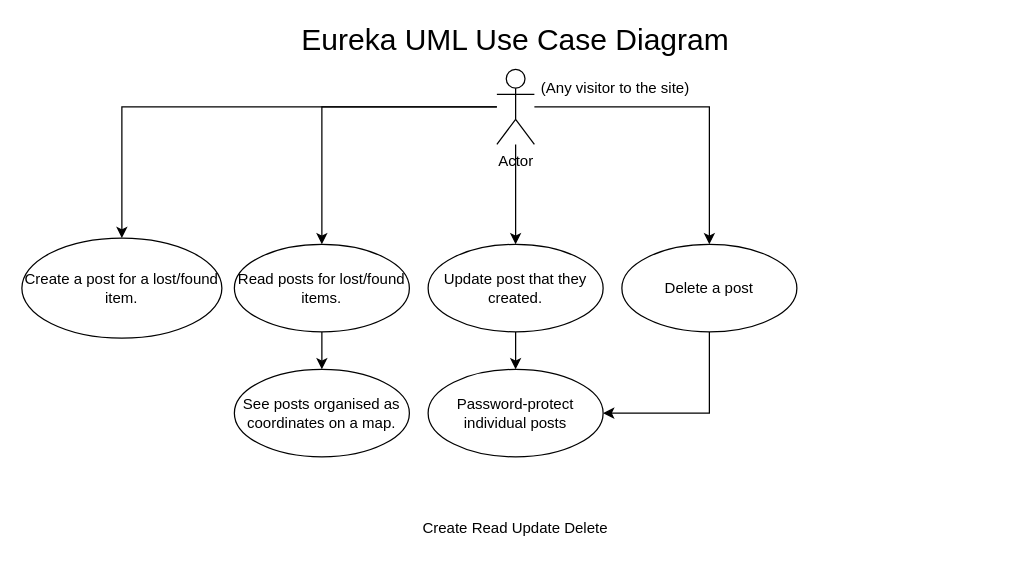
This is Eureka-UML-Use-Case-diagram.drawio from Ariel-Mutebi/Eureka, a draw.io file, before an edit. Source tidied: cells renumbered, new cells numbered last; positions are measured from the earlier drawing's top-left corner, leaving out a move shared by most shapes. Both pictures are drawn from the tidied source at 125%, with x=0, y=0 at pixel (21, 21).
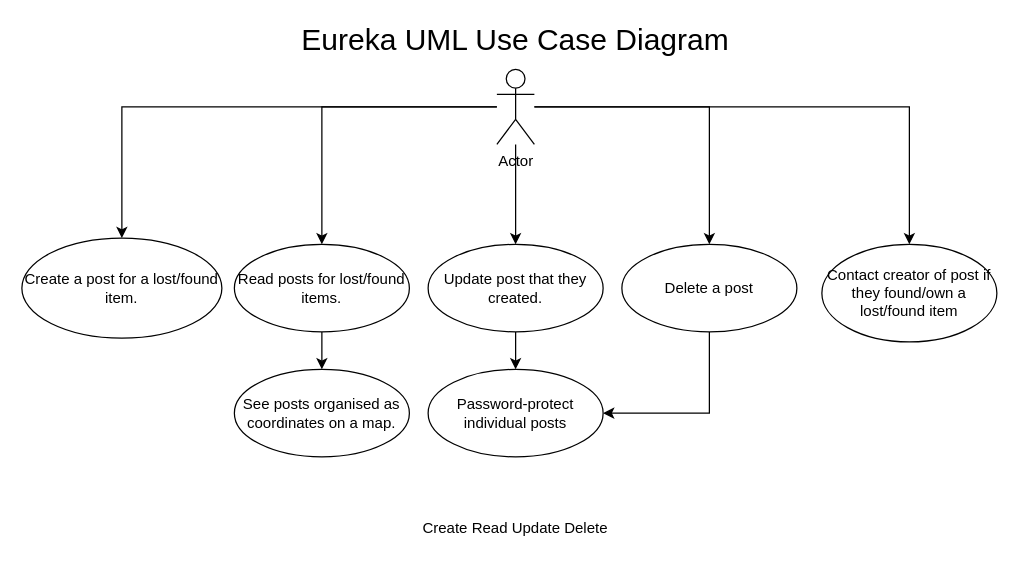
The same diagram, later.

Commit message:
'contact' use case

The edit, as a diff of the source:
```diff
@@
 <mxGraphModel>
   <root>
     <mxCell id="0" />
     <mxCell id="1" parent="0" />
     <mxCell id="2" style="edgeStyle=orthogonalEdgeStyle;rounded=0;jettySize=auto;html=1;" parent="1" edge="1" source="6" target="8">
       <mxGeometry relative="1" as="geometry" />
     </mxCell>
     <mxCell id="3" style="edgeStyle=orthogonalEdgeStyle;rounded=0;jettySize=auto;html=1;entryX=0.5;entryY=0;entryDx=0;entryDy=0;" parent="1" edge="1" source="6" target="11">
       <mxGeometry relative="1" as="geometry" />
     </mxCell>
     <mxCell id="4" style="edgeStyle=orthogonalEdgeStyle;rounded=0;jettySize=auto;html=1;entryX=0.5;entryY=0;entryDx=0;entryDy=0;" parent="1" edge="1" source="6" target="13">
       <mxGeometry relative="1" as="geometry" />
     </mxCell>
     <mxCell id="5" style="edgeStyle=orthogonalEdgeStyle;rounded=0;jettySize=auto;html=1;entryX=0.5;entryY=0;entryDx=0;entryDy=0;" parent="1" edge="1" source="6" target="14">
       <mxGeometry relative="1" as="geometry" />
     </mxCell>
+    <mxCell id="19" style="edgeStyle=orthogonalEdgeStyle;rounded=0;jettySize=auto;html=1;entryX=0.5;entryY=0;entryDx=0;entryDy=0;" parent="1" edge="1" source="6" target="20">
+      <mxGeometry relative="1" as="geometry" />
+    </mxCell>
     <mxCell id="6" value="Actor" style="shape=umlActor;verticalLabelPosition=bottom;verticalAlign=top;html=1;outlineConnect=0;" parent="1" vertex="1">
       <mxGeometry x="380" y="38" width="30" height="60" as="geometry" />
     </mxCell>
     <mxCell id="7" style="edgeStyle=orthogonalEdgeStyle;rounded=0;jettySize=auto;html=1;" parent="1" edge="1" source="8" target="17">
       <mxGeometry relative="1" as="geometry" />
     </mxCell>
     <mxCell id="8" value="Update post that they created." style="ellipse;whiteSpace=wrap;html=1;" parent="1" vertex="1">
       <mxGeometry x="325" y="178" width="140" height="70" as="geometry" />
     </mxCell>
-    <mxCell id="9" value="(Any visitor to the site)" style="text;html=1;align=center;verticalAlign=middle;whiteSpace=wrap;rounded=0;" parent="1" vertex="1">
-      <mxGeometry x="410" y="38" width="130" height="30" as="geometry" />
-    </mxCell>
     <mxCell id="10" style="edgeStyle=orthogonalEdgeStyle;rounded=0;jettySize=auto;html=1;entryX=1;entryY=0.5;entryDx=0;entryDy=0;exitX=0.5;exitY=1;exitDx=0;exitDy=0;" parent="1" edge="1" source="11" target="17">
       <mxGeometry relative="1" as="geometry" />
     </mxCell>
     <mxCell id="11" value="Delete a post" style="ellipse;whiteSpace=wrap;html=1;" parent="1" vertex="1">
       <mxGeometry x="480" y="178" width="140" height="70" as="geometry" />
     </mxCell>
     <mxCell id="12" style="edgeStyle=orthogonalEdgeStyle;rounded=0;jettySize=auto;html=1;exitX=0.5;exitY=1;exitDx=0;exitDy=0;entryX=0.5;entryY=0;entryDx=0;entryDy=0;" parent="1" edge="1" source="13" target="16">
       <mxGeometry relative="1" as="geometry" />
     </mxCell>
     <mxCell id="13" value="Read posts for lost/found items." style="ellipse;whiteSpace=wrap;html=1;" parent="1" vertex="1">
       <mxGeometry x="170" y="178" width="140" height="70" as="geometry" />
     </mxCell>
     <mxCell id="14" value="Create a post for a lost/found item." style="ellipse;whiteSpace=wrap;html=1;" parent="1" vertex="1">
       <mxGeometry y="173" width="160" height="80" as="geometry" />
     </mxCell>
     <mxCell id="15" value="&lt;font style=&quot;font-size: 24px;&quot;&gt;Eureka UML Use Case Diagram&lt;/font&gt;" style="text;html=1;align=center;verticalAlign=middle;whiteSpace=wrap;rounded=0;" parent="1" vertex="1">
       <mxGeometry x="220" width="350" height="30" as="geometry" />
     </mxCell>
     <mxCell id="16" value="See posts organised as coordinates on a map." style="ellipse;whiteSpace=wrap;html=1;" parent="1" vertex="1">
       <mxGeometry x="170" y="278" width="140" height="70" as="geometry" />
     </mxCell>
     <mxCell id="17" value="Password-protect individual posts" style="ellipse;whiteSpace=wrap;html=1;" parent="1" vertex="1">
       <mxGeometry x="325" y="278" width="140" height="70" as="geometry" />
     </mxCell>
     <mxCell id="18" value="Create Read Update Delete" style="text;html=1;align=center;verticalAlign=middle;whiteSpace=wrap;rounded=0;" parent="1" vertex="1">
       <mxGeometry x="310" y="390" width="170" height="30" as="geometry" />
     </mxCell>
+    <mxCell id="20" value="Contact creator of post if they found/own a lost/found item" style="ellipse;whiteSpace=wrap;html=1;" parent="1" vertex="1">
+      <mxGeometry x="640" y="178" width="140" height="78" as="geometry" />
+    </mxCell>
   </root>
 </mxGraphModel>
```
